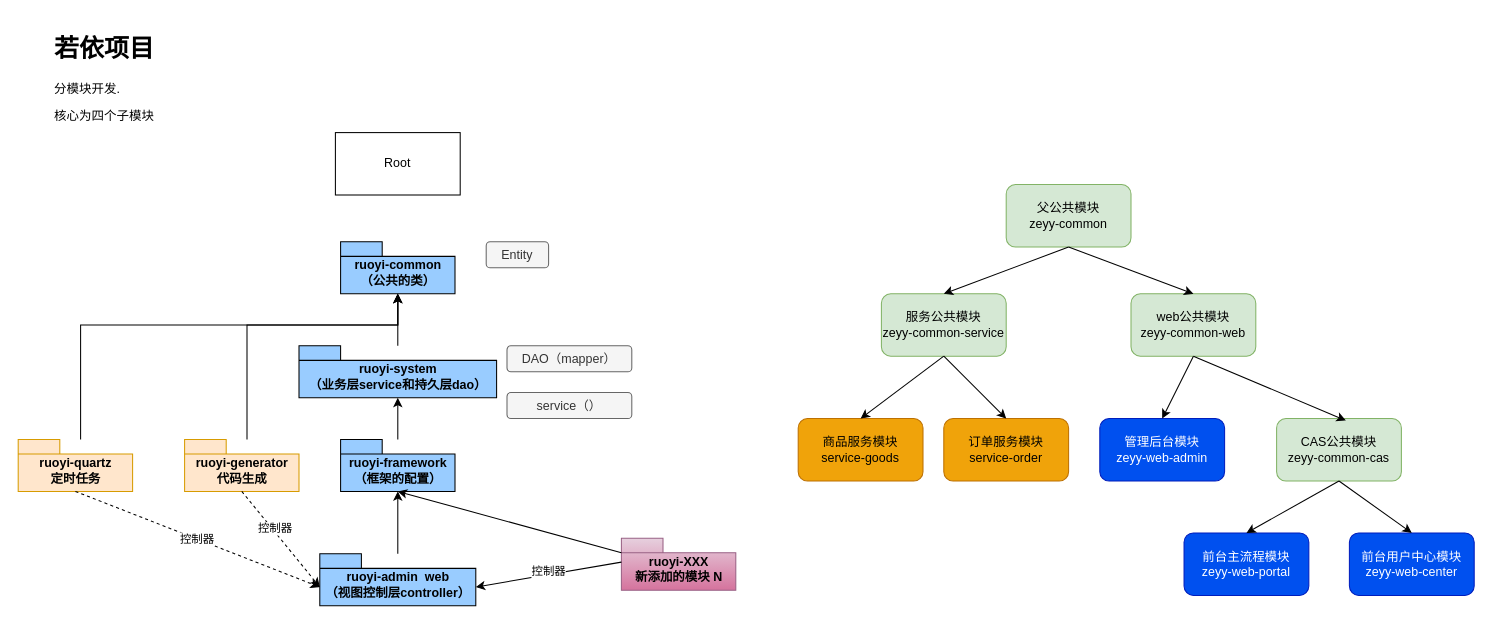
Earlier version of the draw.io diagram page "文件结构（模块关系）" (3 of 6) of RuoYi/若依框架.drawio (weihuohuayi/draw.io). Source tidied: cells renumbered, new cells numbered last; positions are measured from the earlier drawing's top-left corner, leaving out a move shared by most shapes. Both pictures are drawn from the tidied source at 104%, with x=0, y=0 at pixel (18, 28).
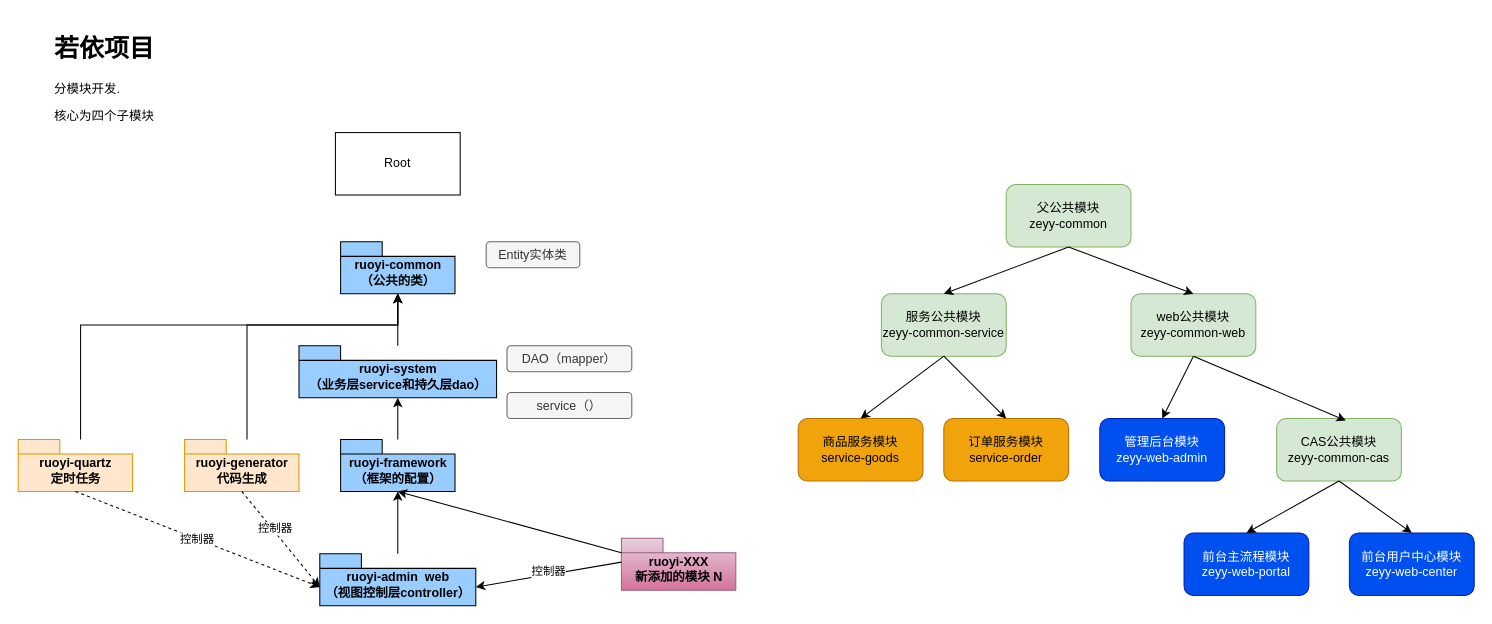
After the change.

Diff of the diagram source:
```diff
@@
-    <mxCell id="22" value="Entity" style="rounded=1;whiteSpace=wrap;html=1;fillColor=#f5f5f5;fontColor=#333333;strokeColor=#666666;" parent="1" vertex="1">
-      <mxGeometry x="450" y="205" width="60" height="25" as="geometry" />
+    <mxCell id="22" value="Entity实体类" style="rounded=1;whiteSpace=wrap;html=1;fillColor=#f5f5f5;fontColor=#333333;strokeColor=#666666;" parent="1" vertex="1">
+      <mxGeometry x="450" y="205" width="90" height="25" as="geometry" />
     </mxCell>
```
